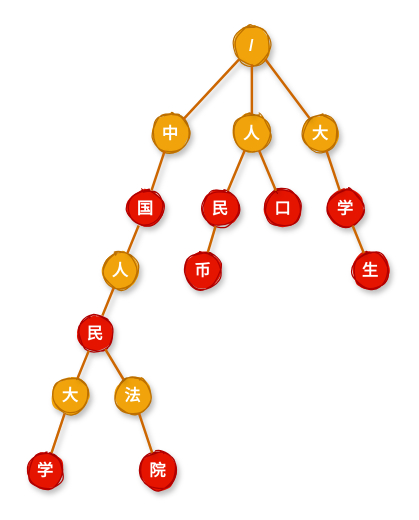
Earlier version of the draw.io diagram page "trie" (5 of 5) of res/design.drawio (vincent-scw/mysearchengine). Source tidied: cells renumbered, new cells numbered last; positions are measured from the earlier drawing's top-left corner, leaving out a move shared by most shapes. Both pictures are drawn from the tidied source at 125%, with x=0, y=0 at pixel (26, 26).
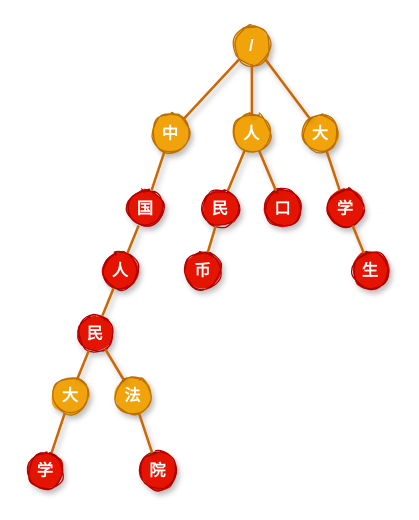
The same page after the edit.

Diff of the diagram source:
```diff
@@
-    <mxCell id="5" value="人" style="ellipse;whiteSpace=wrap;html=1;fontFamily=Helvetica;fontSize=13;fontColor=#ffffff;fillColor=#f0a30a;strokeColor=#BD7000;shadow=1;sketch=1;fillStyle=solid;fontStyle=1;" parent="1" vertex="1">
+    <mxCell id="5" value="人" style="ellipse;whiteSpace=wrap;html=1;fontFamily=Helvetica;fontSize=13;fontColor=#ffffff;fillColor=#e51400;strokeColor=#B20000;shadow=1;sketch=1;fillStyle=solid;fontStyle=1;" parent="1" vertex="1">
       <mxGeometry x="60" y="180" width="30" height="30" as="geometry" />
     </mxCell>
```
